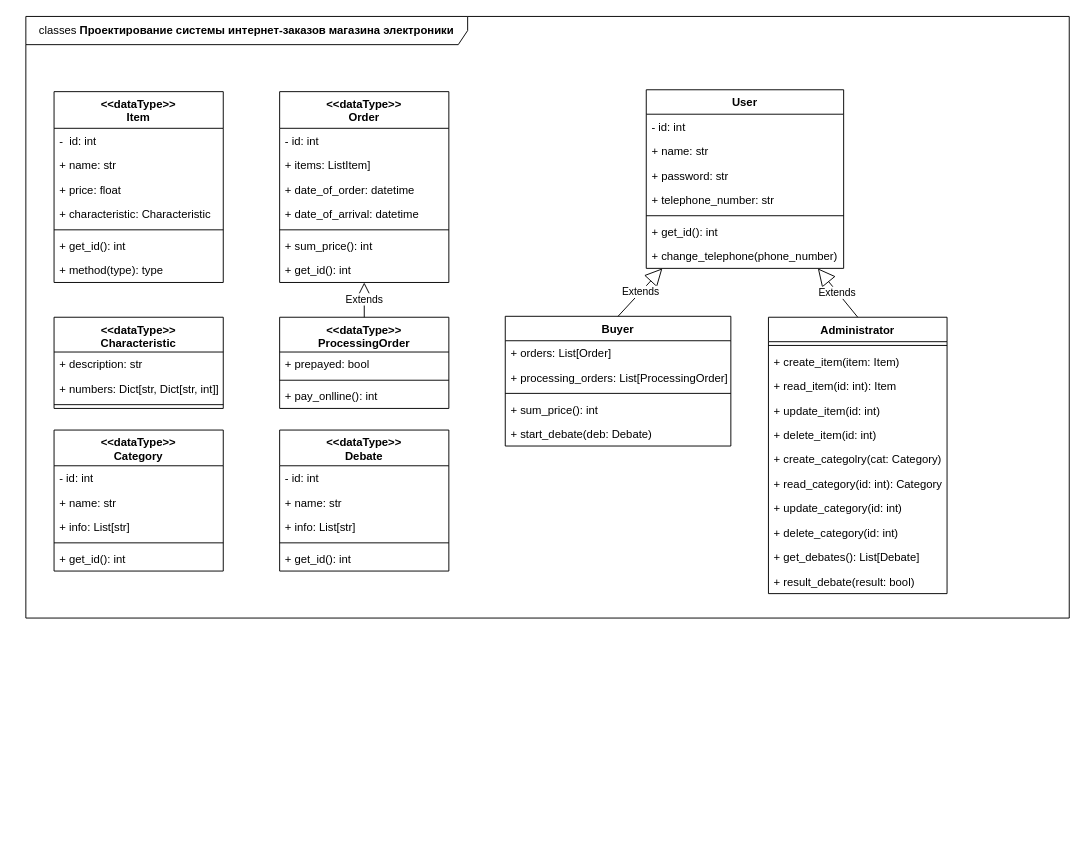
Above: classes.drawio in randomunrandom/MSS (draw.io), before the change. Source tidied: cells renumbered, new cells numbered last; positions are measured from the earlier drawing's top-left corner, leaving out a move shared by most shapes. Both pictures are drawn from the tidied source at 94%, with x=0, y=0 at pixel (25, 16).
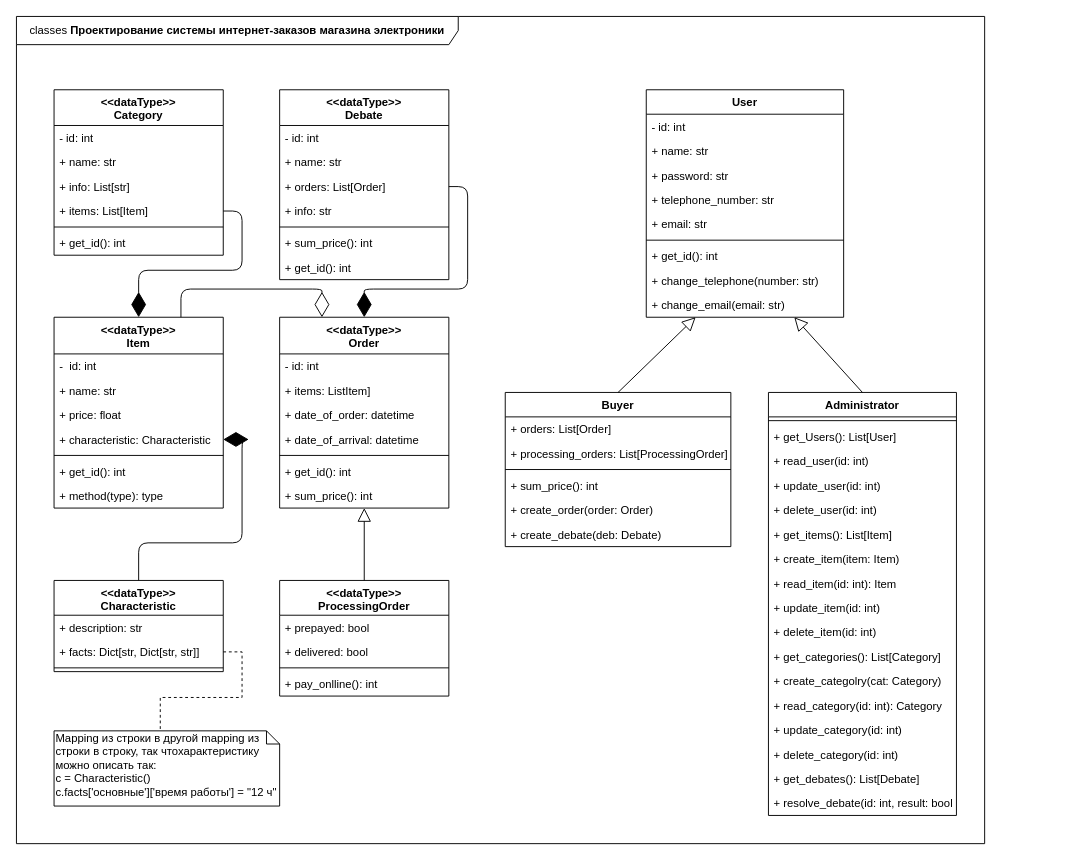
After the change.

Unchanged cells that the change refers to:
```xml
<mxCell id="7" value="+ characteristic: Characteristic" style="text;strokeColor=none;fillColor=none;align=left;verticalAlign=top;spacingLeft=4;spacingRight=4;overflow=hidden;points=[[0,0.5],[1,0.5]];portConstraint=eastwest;" parent="3" vertex="1">
  <mxGeometry y="117" width="180" height="26" as="geometry" />
</mxCell>
```

The edit, as a diff of the source:
```diff
@@
     <mxCell id="2" value="classes &lt;b&gt;Проектирование системы интернет-заказов магазина электроники&lt;/b&gt;" style="shape=umlFrame;whiteSpace=wrap;html=1;width=470;height=30;" parent="1" vertex="1">
-      <mxGeometry width="1110" height="640" as="geometry" />
+      <mxGeometry x="-10" width="1030" height="880" as="geometry" />
     </mxCell>
     <mxCell id="3" value="&lt;&lt;dataType&gt;&gt;&#10;Item" style="swimlane;fontStyle=1;align=center;verticalAlign=top;horizontal=1;startSize=39;" parent="1" vertex="1">
-      <mxGeometry x="30" y="80" width="180" height="203" as="geometry" />
+      <mxGeometry x="30" y="320" width="180" height="203" as="geometry" />
     </mxCell>
@@
     <mxCell id="11" value="&lt;&lt;dataType&gt;&gt;&#10;ProcessingOrder" style="swimlane;fontStyle=1;align=center;verticalAlign=top;horizontal=1;startSize=37;" parent="1" vertex="1">
-      <mxGeometry x="270" y="320" width="180" height="97" as="geometry" />
+      <mxGeometry x="270" y="600" width="180" height="123" as="geometry" />
     </mxCell>
@@
+    <mxCell id="68" value="+ delivered: bool" style="text;strokeColor=none;fillColor=none;align=left;verticalAlign=top;spacingLeft=4;spacingRight=4;overflow=hidden;" parent="11" vertex="1">
+      <mxGeometry y="63" width="180" height="26" as="geometry" />
+    </mxCell>
     <mxCell id="13" style="line;strokeWidth=1;fillColor=none;align=left;verticalAlign=middle;spacingTop=-1;spacingLeft=3;spacingRight=3;labelPosition=right;" parent="11" vertex="1">
-      <mxGeometry y="63" width="180" height="8" as="geometry" />
+      <mxGeometry y="89" width="180" height="8" as="geometry" />
     </mxCell>
     <mxCell id="14" value="+ pay_onlline(): int" style="text;strokeColor=none;fillColor=none;align=left;verticalAlign=top;spacingLeft=4;spacingRight=4;overflow=hidden;" parent="11" vertex="1">
-      <mxGeometry y="71" width="180" height="26" as="geometry" />
+      <mxGeometry y="97" width="180" height="26" as="geometry" />
     </mxCell>
     <mxCell id="15" value="Buyer" style="swimlane;fontStyle=1;align=center;verticalAlign=top;horizontal=1;startSize=26;" parent="1" vertex="1">
-      <mxGeometry x="510" y="319" width="240" height="138" as="geometry" />
+      <mxGeometry x="510" y="400" width="240" height="164" as="geometry" />
     </mxCell>
@@
-    <mxCell id="20" value="+ start_debate(deb: Debate)" style="text;strokeColor=none;fillColor=none;align=left;verticalAlign=top;spacingLeft=4;spacingRight=4;overflow=hidden;" parent="15" vertex="1">
+    <mxCell id="20" value="+ create_order(order: Order)" style="text;strokeColor=none;fillColor=none;align=left;verticalAlign=top;spacingLeft=4;spacingRight=4;overflow=hidden;" parent="15" vertex="1">
       <mxGeometry y="112" width="240" height="26" as="geometry" />
     </mxCell>
+    <mxCell id="69" value="+ create_debate(deb: Debate)" style="text;strokeColor=none;fillColor=none;align=left;verticalAlign=top;spacingLeft=4;spacingRight=4;overflow=hidden;" parent="15" vertex="1">
+      <mxGeometry y="138" width="240" height="26" as="geometry" />
+    </mxCell>
     <mxCell id="21" value="Administrator" style="swimlane;fontStyle=1;align=center;verticalAlign=top;horizontal=1;startSize=26;" parent="1" vertex="1">
-      <mxGeometry x="790" y="320" width="190" height="294" as="geometry" />
+      <mxGeometry x="790" y="400" width="200" height="450" as="geometry" />
     </mxCell>
     <mxCell id="22" style="line;strokeWidth=1;fillColor=none;align=left;verticalAlign=middle;spacingTop=-1;spacingLeft=3;spacingRight=3;labelPosition=right;" parent="21" vertex="1">
-      <mxGeometry y="26" width="190" height="8" as="geometry" />
+      <mxGeometry y="26" width="200" height="8" as="geometry" />
     </mxCell>
+    <mxCell id="70" value="+ get_Users(): List[User]" style="text;strokeColor=none;fillColor=none;align=left;verticalAlign=top;spacingLeft=4;spacingRight=4;overflow=hidden;" parent="21" vertex="1">
+      <mxGeometry y="34" width="200" height="26" as="geometry" />
+    </mxCell>
+    <mxCell id="71" value="+ read_user(id: int)" style="text;strokeColor=none;fillColor=none;align=left;verticalAlign=top;spacingLeft=4;spacingRight=4;overflow=hidden;" parent="21" vertex="1">
+      <mxGeometry y="60" width="200" height="26" as="geometry" />
+    </mxCell>
+    <mxCell id="72" value="+ update_user(id: int)" style="text;strokeColor=none;fillColor=none;align=left;verticalAlign=top;spacingLeft=4;spacingRight=4;overflow=hidden;" parent="21" vertex="1">
+      <mxGeometry y="86" width="200" height="26" as="geometry" />
+    </mxCell>
+    <mxCell id="73" value="+ delete_user(id: int)" style="text;strokeColor=none;fillColor=none;align=left;verticalAlign=top;spacingLeft=4;spacingRight=4;overflow=hidden;" parent="21" vertex="1">
+      <mxGeometry y="112" width="200" height="26" as="geometry" />
+    </mxCell>
+    <mxCell id="74" value="+ get_items(): List[Item]" style="text;strokeColor=none;fillColor=none;align=left;verticalAlign=top;spacingLeft=4;spacingRight=4;overflow=hidden;" parent="21" vertex="1">
+      <mxGeometry y="138" width="200" height="26" as="geometry" />
+    </mxCell>
     <mxCell id="23" value="+ create_item(item: Item)" style="text;strokeColor=none;fillColor=none;align=left;verticalAlign=top;spacingLeft=4;spacingRight=4;overflow=hidden;" parent="21" vertex="1">
-      <mxGeometry y="34" width="190" height="26" as="geometry" />
+      <mxGeometry y="164" width="200" height="26" as="geometry" />
     </mxCell>
     <mxCell id="24" value="+ read_item(id: int): Item" style="text;strokeColor=none;fillColor=none;align=left;verticalAlign=top;spacingLeft=4;spacingRight=4;overflow=hidden;" parent="21" vertex="1">
-      <mxGeometry y="60" width="190" height="26" as="geometry" />
+      <mxGeometry y="190" width="200" height="26" as="geometry" />
     </mxCell>
     <mxCell id="25" value="+ update_item(id: int)" style="text;strokeColor=none;fillColor=none;align=left;verticalAlign=top;spacingLeft=4;spacingRight=4;overflow=hidden;" parent="21" vertex="1">
-      <mxGeometry y="86" width="190" height="26" as="geometry" />
+      <mxGeometry y="216" width="200" height="26" as="geometry" />
     </mxCell>
     <mxCell id="26" value="+ delete_item(id: int)" style="text;strokeColor=none;fillColor=none;align=left;verticalAlign=top;spacingLeft=4;spacingRight=4;overflow=hidden;" parent="21" vertex="1">
-      <mxGeometry y="112" width="190" height="26" as="geometry" />
+      <mxGeometry y="242" width="200" height="26" as="geometry" />
     </mxCell>
+    <mxCell id="75" value="+ get_categories(): List[Category]" style="text;strokeColor=none;fillColor=none;align=left;verticalAlign=top;spacingLeft=4;spacingRight=4;overflow=hidden;" parent="21" vertex="1">
+      <mxGeometry y="268" width="200" height="26" as="geometry" />
+    </mxCell>
     <mxCell id="27" value="+ create_categolry(cat: Category)" style="text;strokeColor=none;fillColor=none;align=left;verticalAlign=top;spacingLeft=4;spacingRight=4;overflow=hidden;" parent="21" vertex="1">
-      <mxGeometry y="138" width="190" height="26" as="geometry" />
+      <mxGeometry y="294" width="200" height="26" as="geometry" />
     </mxCell>
     <mxCell id="28" value="+ read_category(id: int): Category" style="text;strokeColor=none;fillColor=none;align=left;verticalAlign=top;spacingLeft=4;spacingRight=4;overflow=hidden;" parent="21" vertex="1">
-      <mxGeometry y="164" width="190" height="26" as="geometry" />
+      <mxGeometry y="320" width="200" height="26" as="geometry" />
     </mxCell>
     <mxCell id="29" value="+ update_category(id: int)" style="text;strokeColor=none;fillColor=none;align=left;verticalAlign=top;spacingLeft=4;spacingRight=4;overflow=hidden;" parent="21" vertex="1">
-      <mxGeometry y="190" width="190" height="26" as="geometry" />
+      <mxGeometry y="346" width="200" height="26" as="geometry" />
     </mxCell>
     <mxCell id="30" value="+ delete_category(id: int)" style="text;strokeColor=none;fillColor=none;align=left;verticalAlign=top;spacingLeft=4;spacingRight=4;overflow=hidden;" parent="21" vertex="1">
-      <mxGeometry y="216" width="190" height="26" as="geometry" />
+      <mxGeometry y="372" width="200" height="26" as="geometry" />
     </mxCell>
     <mxCell id="31" value="+ get_debates(): List[Debate]" style="text;strokeColor=none;fillColor=none;align=left;verticalAlign=top;spacingLeft=4;spacingRight=4;overflow=hidden;" parent="21" vertex="1">
-      <mxGeometry y="242" width="190" height="26" as="geometry" />
+      <mxGeometry y="398" width="200" height="26" as="geometry" />
     </mxCell>
-    <mxCell id="32" value="+ result_debate(result: bool)" style="text;strokeColor=none;fillColor=none;align=left;verticalAlign=top;spacingLeft=4;spacingRight=4;overflow=hidden;" parent="21" vertex="1">
-      <mxGeometry y="268" width="190" height="26" as="geometry" />
+    <mxCell id="32" value="+ resolve_debate(id: int, result: bool)" style="text;strokeColor=none;fillColor=none;align=left;verticalAlign=top;spacingLeft=4;spacingRight=4;overflow=hidden;" parent="21" vertex="1">
+      <mxGeometry y="424" width="200" height="26" as="geometry" />
     </mxCell>
     <mxCell id="33" value="&lt;&lt;dataType&gt;&gt;&#10;Order" style="swimlane;fontStyle=1;align=center;verticalAlign=top;horizontal=1;startSize=39;" parent="1" vertex="1">
-      <mxGeometry x="270" y="80" width="180" height="203" as="geometry" />
+      <mxGeometry x="270" y="320" width="180" height="203" as="geometry" />
     </mxCell>
@@
+    <mxCell id="40" value="+ get_id(): int" style="text;strokeColor=none;fillColor=none;align=left;verticalAlign=top;spacingLeft=4;spacingRight=4;overflow=hidden;" parent="33" vertex="1">
+      <mxGeometry y="151" width="180" height="26" as="geometry" />
+    </mxCell>
     <mxCell id="39" value="+ sum_price(): int" style="text;strokeColor=none;fillColor=none;align=left;verticalAlign=top;spacingLeft=4;spacingRight=4;overflow=hidden;" parent="33" vertex="1">
-      <mxGeometry y="151" width="180" height="26" as="geometry" />
+      <mxGeometry y="177" width="180" height="26" as="geometry" />
     </mxCell>
-    <mxCell id="40" value="+ get_id(): int" style="text;strokeColor=none;fillColor=none;align=left;verticalAlign=top;spacingLeft=4;spacingRight=4;overflow=hidden;" parent="33" vertex="1">
-      <mxGeometry y="177" width="180" height="26" as="geometry" />
-    </mxCell>
     <mxCell id="41" value="User" style="swimlane;fontStyle=1;align=center;verticalAlign=top;horizontal=1;startSize=26;" parent="1" vertex="1">
-      <mxGeometry x="660" y="78" width="210" height="190" as="geometry" />
+      <mxGeometry x="660" y="78" width="210" height="242" as="geometry" />
     </mxCell>
@@
+    <mxCell id="76" value="+ telephone_number: str" style="text;strokeColor=none;fillColor=none;align=left;verticalAlign=top;spacingLeft=4;spacingRight=4;overflow=hidden;" parent="41" vertex="1">
+      <mxGeometry y="104" width="210" height="26" as="geometry" />
+    </mxCell>
-    <mxCell id="45" value="+ telephone_number: str" style="text;strokeColor=none;fillColor=none;align=left;verticalAlign=top;spacingLeft=4;spacingRight=4;overflow=hidden;" parent="41" vertex="1">
-      <mxGeometry y="104" width="210" height="26" as="geometry" />
+    <mxCell id="45" value="+ email: str" style="text;strokeColor=none;fillColor=none;align=left;verticalAlign=top;spacingLeft=4;spacingRight=4;overflow=hidden;" parent="41" vertex="1">
+      <mxGeometry y="130" width="210" height="26" as="geometry" />
     </mxCell>
     <mxCell id="46" style="line;strokeWidth=1;fillColor=none;align=left;verticalAlign=middle;spacingTop=-1;spacingLeft=3;spacingRight=3;labelPosition=right;" parent="41" vertex="1">
-      <mxGeometry y="130" width="210" height="8" as="geometry" />
+      <mxGeometry y="156" width="210" height="8" as="geometry" />
     </mxCell>
     <mxCell id="47" value="+ get_id(): int" style="text;strokeColor=none;fillColor=none;align=left;verticalAlign=top;spacingLeft=4;spacingRight=4;overflow=hidden;" parent="41" vertex="1">
-      <mxGeometry y="138" width="210" height="26" as="geometry" />
+      <mxGeometry y="164" width="210" height="26" as="geometry" />
     </mxCell>
-    <mxCell id="48" value="+ change_telephone(phone_number)" style="text;strokeColor=none;fillColor=none;align=left;verticalAlign=top;spacingLeft=4;spacingRight=4;overflow=hidden;" parent="41" vertex="1">
-      <mxGeometry y="164" width="210" height="26" as="geometry" />
+    <mxCell id="48" value="+ change_telephone(number: str)" style="text;strokeColor=none;fillColor=none;align=left;verticalAlign=top;spacingLeft=4;spacingRight=4;overflow=hidden;" parent="41" vertex="1">
+      <mxGeometry y="190" width="210" height="26" as="geometry" />
     </mxCell>
-    <mxCell id="49" value="Extends" style="endArrow=block;endSize=16;endFill=0;html=1;exitX=0.5;exitY=0;exitDx=0;exitDy=0;" parent="1" edge="1" source="11" target="33">
-      <mxGeometry relative="1" as="geometry" />
-    </mxCell>
-    <mxCell id="50" value="Extends" style="endArrow=block;endSize=16;endFill=0;html=1;exitX=0.5;exitY=0;exitDx=0;exitDy=0;" parent="1" edge="1" source="15" target="41">
-      <mxGeometry relative="1" as="geometry" />
-    </mxCell>
-    <mxCell id="51" value="Extends" style="endArrow=block;endSize=16;endFill=0;html=1;exitX=0.5;exitY=0;exitDx=0;exitDy=0;" parent="1" edge="1" source="21" target="41">
-      <mxGeometry relative="1" as="geometry" />
-    </mxCell>
+    <mxCell id="77" value="+ change_email(email: str)" style="text;strokeColor=none;fillColor=none;align=left;verticalAlign=top;spacingLeft=4;spacingRight=4;overflow=hidden;" parent="41" vertex="1">
+      <mxGeometry y="216" width="210" height="26" as="geometry" />
+    </mxCell>
     <mxCell id="52" value="&lt;&lt;dataType&gt;&gt;&#10;Characteristic" style="swimlane;fontStyle=1;align=center;verticalAlign=top;horizontal=1;startSize=37;" parent="1" vertex="1">
-      <mxGeometry x="30" y="320" width="180" height="97" as="geometry" />
+      <mxGeometry x="30" y="600" width="180" height="97" as="geometry" />
     </mxCell>
@@
-    <mxCell id="54" value="+ numbers: Dict[str, Dict[str, int]]" style="text;strokeColor=none;fillColor=none;align=left;verticalAlign=top;spacingLeft=4;spacingRight=4;overflow=hidden;points=[[0,0.5],[1,0.5]];portConstraint=eastwest;" parent="52" vertex="1">
+    <mxCell id="54" value="+ facts: Dict[str, Dict[str, str]]" style="text;strokeColor=none;fillColor=none;align=left;verticalAlign=top;spacingLeft=4;spacingRight=4;overflow=hidden;points=[[0,0.5],[1,0.5]];portConstraint=eastwest;" parent="52" vertex="1">
       <mxGeometry y="63" width="180" height="26" as="geometry" />
     </mxCell>
@@
     <mxCell id="56" value="&lt;&lt;dataType&gt;&gt;&#10;Category" style="swimlane;fontStyle=1;align=center;verticalAlign=top;horizontal=1;startSize=38;" parent="1" vertex="1">
-      <mxGeometry x="30" y="440" width="180" height="150" as="geometry" />
+      <mxGeometry x="30" y="78" width="180" height="176" as="geometry" />
     </mxCell>
@@
+    <mxCell id="78" value="+ items: List[Item]" style="text;strokeColor=none;fillColor=none;align=left;verticalAlign=top;spacingLeft=4;spacingRight=4;overflow=hidden;points=[[0,0.5],[1,0.5]];portConstraint=eastwest;" parent="56" vertex="1">
+      <mxGeometry y="116" width="180" height="26" as="geometry" />
+    </mxCell>
     <mxCell id="60" style="line;strokeWidth=1;fillColor=none;align=left;verticalAlign=middle;spacingTop=-1;spacingLeft=3;spacingRight=3;labelPosition=right;" parent="56" vertex="1">
-      <mxGeometry y="116" width="180" height="8" as="geometry" />
+      <mxGeometry y="142" width="180" height="8" as="geometry" />
     </mxCell>
     <mxCell id="61" value="+ get_id(): int" style="text;strokeColor=none;fillColor=none;align=left;verticalAlign=top;spacingLeft=4;spacingRight=4;overflow=hidden;" parent="56" vertex="1">
-      <mxGeometry y="124" width="180" height="26" as="geometry" />
+      <mxGeometry y="150" width="180" height="26" as="geometry" />
     </mxCell>
     <mxCell id="62" value="&lt;&lt;dataType&gt;&gt;&#10;Debate" style="swimlane;fontStyle=1;align=center;verticalAlign=top;horizontal=1;startSize=38;" parent="1" vertex="1">
-      <mxGeometry x="270" y="440" width="180" height="150" as="geometry" />
+      <mxGeometry x="270" y="78" width="180" height="202" as="geometry" />
     </mxCell>
@@
+    <mxCell id="79" value="+ orders: List[Order]" style="text;strokeColor=none;fillColor=none;align=left;verticalAlign=top;spacingLeft=4;spacingRight=4;overflow=hidden;points=[[0,0.5],[1,0.5]];portConstraint=eastwest;" parent="62" vertex="1">
+      <mxGeometry y="90" width="180" height="26" as="geometry" />
+    </mxCell>
-    <mxCell id="65" value="+ info: List[str]" style="text;strokeColor=none;fillColor=none;align=left;verticalAlign=top;spacingLeft=4;spacingRight=4;overflow=hidden;" parent="62" vertex="1">
-      <mxGeometry y="90" width="180" height="26" as="geometry" />
+    <mxCell id="65" value="+ info: str" style="text;strokeColor=none;fillColor=none;align=left;verticalAlign=top;spacingLeft=4;spacingRight=4;overflow=hidden;" parent="62" vertex="1">
+      <mxGeometry y="116" width="180" height="26" as="geometry" />
     </mxCell>
     <mxCell id="66" style="line;strokeWidth=1;fillColor=none;align=left;verticalAlign=middle;spacingTop=-1;spacingLeft=3;spacingRight=3;labelPosition=right;" parent="62" vertex="1">
-      <mxGeometry y="116" width="180" height="8" as="geometry" />
+      <mxGeometry y="142" width="180" height="8" as="geometry" />
     </mxCell>
+    <mxCell id="80" value="+ sum_price(): int" style="text;strokeColor=none;fillColor=none;align=left;verticalAlign=top;spacingLeft=4;spacingRight=4;overflow=hidden;" parent="62" vertex="1">
+      <mxGeometry y="150" width="180" height="26" as="geometry" />
+    </mxCell>
     <mxCell id="67" value="+ get_id(): int" style="text;strokeColor=none;fillColor=none;align=left;verticalAlign=top;spacingLeft=4;spacingRight=4;overflow=hidden;" parent="62" vertex="1">
-      <mxGeometry y="124" width="180" height="26" as="geometry" />
+      <mxGeometry y="176" width="180" height="26" as="geometry" />
     </mxCell>
+    <mxCell id="81" value="Mapping из строки в другой mapping из строки в строку, так чтохарактеристику можно описать так:&lt;br&gt;&lt;div&gt;c = Characteristic()&lt;/div&gt;&lt;div&gt;c.facts['основные']['время работы'] = &quot;12 ч&quot;&lt;br&gt;&lt;/div&gt;" style="shape=note;whiteSpace=wrap;html=1;size=14;verticalAlign=top;align=left;spacingTop=-6;" parent="1" vertex="1">
+      <mxGeometry x="30" y="760" width="240" height="80" as="geometry" />
+    </mxCell>
+    <mxCell id="82" style="edgeStyle=orthogonalEdgeStyle;rounded=0;jettySize=auto;html=1;exitX=1;exitY=0.5;exitDx=0;exitDy=0;entryX=0;entryY=0;entryDx=113;entryDy=0;entryPerimeter=0;endArrow=none;endFill=0;dashed=1;" parent="1" edge="1" source="54" target="81">
+      <mxGeometry relative="1" as="geometry" />
+    </mxCell>
+    <mxCell id="50" style="endArrow=block;endFill=0;endSize=12;html=1;exitX=0.5;exitY=0;exitDx=0;exitDy=0;entryX=0.25;entryY=1;entryDx=0;entryDy=0;" parent="1" edge="1" source="15" target="41">
+      <mxGeometry relative="1" as="geometry" />
+    </mxCell>
+    <mxCell id="49" style="endArrow=block;endFill=0;endSize=12;html=1;exitX=0.5;exitY=0;exitDx=0;exitDy=0;entryX=0.5;entryY=1;entryDx=0;entryDy=0;" parent="1" edge="1" source="11" target="33">
+      <mxGeometry relative="1" as="geometry" />
+    </mxCell>
+    <mxCell id="51" style="endArrow=block;endFill=0;endSize=12;html=1;exitX=0.5;exitY=0;exitDx=0;exitDy=0;entryX=0.75;entryY=1;entryDx=0;entryDy=0;" parent="1" edge="1" source="21" target="41">
+      <mxGeometry relative="1" as="geometry" />
+    </mxCell>
+    <mxCell id="83" style="endArrow=diamondThin;endFill=1;endSize=24;html=1;entryX=0.5;entryY=0;entryDx=0;entryDy=0;exitX=1;exitY=0.5;exitDx=0;exitDy=0;" parent="1" edge="1" source="79" target="33">
+      <mxGeometry relative="1" as="geometry">
+        <Array as="points">
+          <mxPoint x="470" y="181" />
+          <mxPoint x="470" y="290" />
+          <mxPoint x="360" y="290" />
+        </Array>
+      </mxGeometry>
+    </mxCell>
+    <mxCell id="84" style="endArrow=diamondThin;endFill=1;endSize=24;html=1;entryX=0.5;entryY=0;entryDx=0;entryDy=0;exitX=1;exitY=0.5;exitDx=0;exitDy=0;" parent="1" edge="1" source="78" target="3">
+      <mxGeometry relative="1" as="geometry">
+        <Array as="points">
+          <mxPoint x="230" y="207" />
+          <mxPoint x="230" y="270" />
+          <mxPoint x="120" y="270" />
+        </Array>
+      </mxGeometry>
+    </mxCell>
+    <mxCell id="85" style="endArrow=diamondThin;endFill=1;endSize=24;html=1;entryX=1;entryY=0.5;entryDx=0;entryDy=0;exitX=0.5;exitY=0;exitDx=0;exitDy=0;" parent="1" edge="1" source="52" target="7">
+      <mxGeometry relative="1" as="geometry">
+        <Array as="points">
+          <mxPoint x="120" y="560" />
+          <mxPoint x="230" y="560" />
+          <mxPoint x="230" y="450" />
+        </Array>
+      </mxGeometry>
+    </mxCell>
+    <mxCell id="86" style="endArrow=diamondThin;endFill=0;endSize=24;html=1;entryX=0.25;entryY=0;entryDx=0;entryDy=0;exitX=0.75;exitY=0;exitDx=0;exitDy=0;" parent="1" edge="1" source="3" target="33">
+      <mxGeometry relative="1" as="geometry">
+        <Array as="points">
+          <mxPoint x="165" y="290" />
+          <mxPoint x="315" y="290" />
+        </Array>
+      </mxGeometry>
+    </mxCell>
```
